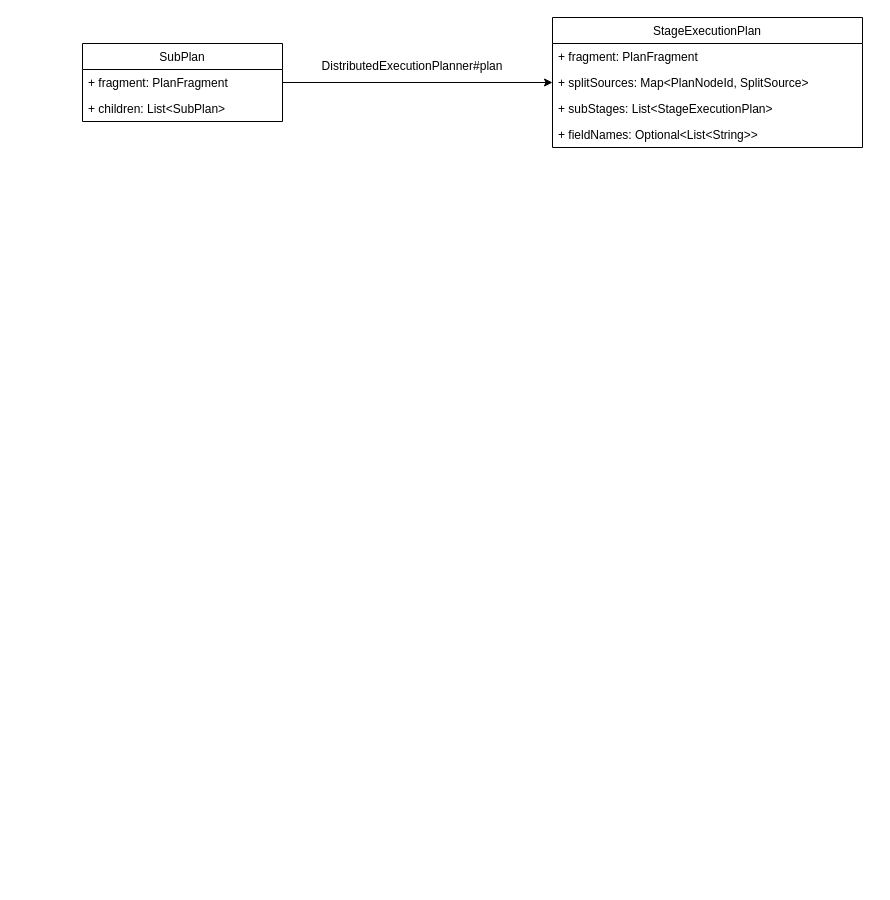
Earlier version of the draw.io diagram presto-scheduler.drawio (chuanjian666/drawio). Source tidied: cells renumbered, new cells numbered last; positions are measured from the earlier drawing's top-left corner, leaving out a move shared by most shapes. Both pictures are drawn from the tidied source at 100%, with x=0, y=0 at pixel (82, 17).
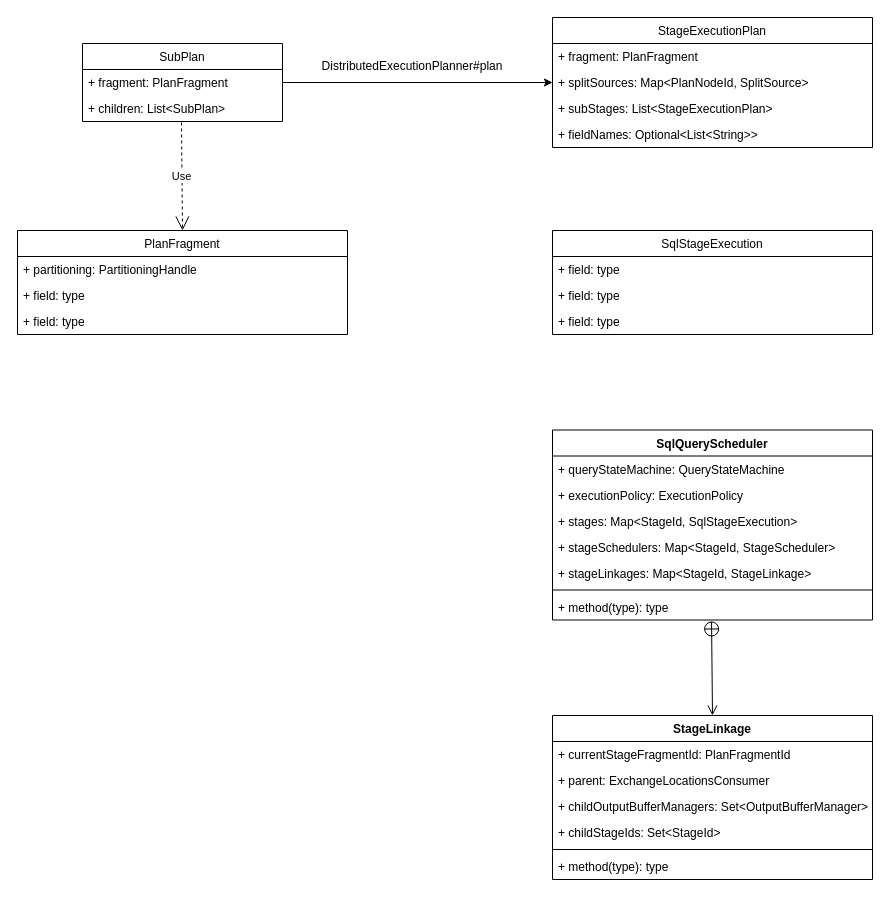
The same diagram, later.

Unchanged cells that the change refers to:
```xml
<mxCell id="4" value="+ children: List&lt;SubPlan&gt;" style="text;strokeColor=none;fillColor=none;align=left;verticalAlign=top;spacingLeft=4;spacingRight=4;overflow=hidden;points=[[0,0.5],[1,0.5]];portConstraint=eastwest;" parent="2" vertex="1">
  <mxGeometry y="52" width="200" height="26" as="geometry" />
</mxCell>
```

Change to the diagram source:
```diff
@@
     <mxCell id="5" value="StageExecutionPlan" style="swimlane;fontStyle=0;horizontal=1;startSize=26;fillColor=none;" parent="1" vertex="1">
-      <mxGeometry x="470" width="310" height="130" as="geometry" />
+      <mxGeometry x="470" width="320" height="130" as="geometry" />
     </mxCell>
     <mxCell id="6" value="+ fragment: PlanFragment&#10;" style="text;strokeColor=none;fillColor=none;align=left;verticalAlign=top;spacingLeft=4;spacingRight=4;overflow=hidden;" parent="5" vertex="1">
-      <mxGeometry y="26" width="310" height="26" as="geometry" />
+      <mxGeometry y="26" width="320" height="26" as="geometry" />
     </mxCell>
     <mxCell id="7" value="+ splitSources: Map&lt;PlanNodeId, SplitSource&gt;" style="text;strokeColor=none;fillColor=none;align=left;verticalAlign=top;spacingLeft=4;spacingRight=4;overflow=hidden;points=[[0,0.5],[1,0.5]];portConstraint=eastwest;" parent="5" vertex="1">
-      <mxGeometry y="52" width="310" height="26" as="geometry" />
+      <mxGeometry y="52" width="320" height="26" as="geometry" />
     </mxCell>
     <mxCell id="8" value="+ subStages: List&lt;StageExecutionPlan&gt;&#10;&#10;&#10;" style="text;strokeColor=none;fillColor=none;align=left;verticalAlign=top;spacingLeft=4;spacingRight=4;overflow=hidden;" parent="5" vertex="1">
-      <mxGeometry y="78" width="310" height="26" as="geometry" />
+      <mxGeometry y="78" width="320" height="26" as="geometry" />
     </mxCell>
     <mxCell id="9" value="+ fieldNames: Optional&lt;List&lt;String&gt;&gt;&#10;&#10;&#10;" style="text;strokeColor=none;fillColor=none;align=left;verticalAlign=top;spacingLeft=4;spacingRight=4;overflow=hidden;" parent="5" vertex="1">
-      <mxGeometry y="104" width="310" height="26" as="geometry" />
+      <mxGeometry y="104" width="320" height="26" as="geometry" />
     </mxCell>
@@
+    <mxCell id="12" value="PlanFragment" style="swimlane;fontStyle=0;horizontal=1;startSize=26;fillColor=none;" parent="1" vertex="1">
+      <mxGeometry x="-65" y="213" width="330" height="104" as="geometry" />
+    </mxCell>
+    <mxCell id="13" value="+ partitioning: PartitioningHandle" style="text;strokeColor=none;fillColor=none;align=left;verticalAlign=top;spacingLeft=4;spacingRight=4;overflow=hidden;" parent="12" vertex="1">
+      <mxGeometry y="26" width="330" height="26" as="geometry" />
+    </mxCell>
+    <mxCell id="14" value="+ field: type" style="text;strokeColor=none;fillColor=none;align=left;verticalAlign=top;spacingLeft=4;spacingRight=4;overflow=hidden;" parent="12" vertex="1">
+      <mxGeometry y="52" width="330" height="26" as="geometry" />
+    </mxCell>
+    <mxCell id="15" value="+ field: type" style="text;strokeColor=none;fillColor=none;align=left;verticalAlign=top;spacingLeft=4;spacingRight=4;overflow=hidden;" parent="12" vertex="1">
+      <mxGeometry y="78" width="330" height="26" as="geometry" />
+    </mxCell>
+    <mxCell id="16" value="Use" style="endArrow=open;endSize=12;dashed=1;html=1;entryX=0.5;entryY=0;entryDx=0;entryDy=0;exitX=0.495;exitY=1.038;exitDx=0;exitDy=0;exitPerimeter=0;" parent="1" edge="1" source="4" target="12">
+      <mxGeometry relative="1" as="geometry" />
+    </mxCell>
+    <mxCell id="17" value="SqlQueryScheduler" style="swimlane;fontStyle=1;align=center;verticalAlign=top;horizontal=1;startSize=26;" parent="1" vertex="1">
+      <mxGeometry x="470" y="412.5" width="320" height="190" as="geometry" />
+    </mxCell>
+    <mxCell id="18" value="+ queryStateMachine: QueryStateMachine&#10; " style="text;strokeColor=none;fillColor=none;align=left;verticalAlign=top;spacingLeft=4;spacingRight=4;overflow=hidden;" parent="17" vertex="1">
+      <mxGeometry y="26" width="320" height="26" as="geometry" />
+    </mxCell>
+    <mxCell id="19" value="+ executionPolicy: ExecutionPolicy&#10; " style="text;strokeColor=none;fillColor=none;align=left;verticalAlign=top;spacingLeft=4;spacingRight=4;overflow=hidden;" parent="17" vertex="1">
+      <mxGeometry y="52" width="320" height="26" as="geometry" />
+    </mxCell>
+    <mxCell id="20" value="+ stages: Map&lt;StageId, SqlStageExecution&gt;" style="text;strokeColor=none;fillColor=none;align=left;verticalAlign=top;spacingLeft=4;spacingRight=4;overflow=hidden;" parent="17" vertex="1">
+      <mxGeometry y="78" width="320" height="26" as="geometry" />
+    </mxCell>
+    <mxCell id="21" value="+ stageSchedulers: Map&lt;StageId, StageScheduler&gt;&#10; " style="text;strokeColor=none;fillColor=none;align=left;verticalAlign=top;spacingLeft=4;spacingRight=4;overflow=hidden;" parent="17" vertex="1">
+      <mxGeometry y="104" width="320" height="26" as="geometry" />
+    </mxCell>
+    <mxCell id="22" value="+ stageLinkages: Map&lt;StageId, StageLinkage&gt;&#10; " style="text;strokeColor=none;fillColor=none;align=left;verticalAlign=top;spacingLeft=4;spacingRight=4;overflow=hidden;" parent="17" vertex="1">
+      <mxGeometry y="130" width="320" height="26" as="geometry" />
+    </mxCell>
+    <mxCell id="23" style="line;strokeWidth=1;fillColor=none;align=left;verticalAlign=middle;spacingTop=-1;spacingLeft=3;spacingRight=3;labelPosition=right;" parent="17" vertex="1">
+      <mxGeometry y="156" width="320" height="8" as="geometry" />
+    </mxCell>
+    <mxCell id="24" value="+ method(type): type" style="text;strokeColor=none;fillColor=none;align=left;verticalAlign=top;spacingLeft=4;spacingRight=4;overflow=hidden;points=[[0,0.5],[1,0.5]];portConstraint=eastwest;" parent="17" vertex="1">
+      <mxGeometry y="164" width="320" height="26" as="geometry" />
+    </mxCell>
+    <mxCell id="25" value="SqlStageExecution" style="swimlane;fontStyle=0;horizontal=1;startSize=26;fillColor=none;" parent="1" vertex="1">
+      <mxGeometry x="470" y="213" width="320" height="104" as="geometry" />
+    </mxCell>
+    <mxCell id="26" value="+ field: type" style="text;strokeColor=none;fillColor=none;align=left;verticalAlign=top;spacingLeft=4;spacingRight=4;overflow=hidden;" parent="25" vertex="1">
+      <mxGeometry y="26" width="320" height="26" as="geometry" />
+    </mxCell>
+    <mxCell id="27" value="+ field: type" style="text;strokeColor=none;fillColor=none;align=left;verticalAlign=top;spacingLeft=4;spacingRight=4;overflow=hidden;" parent="25" vertex="1">
+      <mxGeometry y="52" width="320" height="26" as="geometry" />
+    </mxCell>
+    <mxCell id="28" value="+ field: type" style="text;strokeColor=none;fillColor=none;align=left;verticalAlign=top;spacingLeft=4;spacingRight=4;overflow=hidden;" parent="25" vertex="1">
+      <mxGeometry y="78" width="320" height="26" as="geometry" />
+    </mxCell>
+    <mxCell id="29" value="StageLinkage" style="swimlane;fontStyle=1;align=center;verticalAlign=top;horizontal=1;startSize=26;" parent="1" vertex="1">
+      <mxGeometry x="470" y="698" width="320" height="164" as="geometry" />
+    </mxCell>
+    <mxCell id="30" value="+ currentStageFragmentId: PlanFragmentId" style="text;strokeColor=none;fillColor=none;align=left;verticalAlign=top;spacingLeft=4;spacingRight=4;overflow=hidden;" parent="29" vertex="1">
+      <mxGeometry y="26" width="320" height="26" as="geometry" />
+    </mxCell>
+    <mxCell id="31" value="+ parent: ExchangeLocationsConsumer" style="text;strokeColor=none;fillColor=none;align=left;verticalAlign=top;spacingLeft=4;spacingRight=4;overflow=hidden;" parent="29" vertex="1">
+      <mxGeometry y="52" width="320" height="26" as="geometry" />
+    </mxCell>
+    <mxCell id="32" value="+ childOutputBufferManagers: Set&lt;OutputBufferManager&gt; " style="text;strokeColor=none;fillColor=none;align=left;verticalAlign=top;spacingLeft=4;spacingRight=4;overflow=hidden;" parent="29" vertex="1">
+      <mxGeometry y="78" width="320" height="26" as="geometry" />
+    </mxCell>
+    <mxCell id="33" value="+ childStageIds: Set&lt;StageId&gt; " style="text;strokeColor=none;fillColor=none;align=left;verticalAlign=top;spacingLeft=4;spacingRight=4;overflow=hidden;" parent="29" vertex="1">
+      <mxGeometry y="104" width="320" height="26" as="geometry" />
+    </mxCell>
+    <mxCell id="34" style="line;strokeWidth=1;fillColor=none;align=left;verticalAlign=middle;spacingTop=-1;spacingLeft=3;spacingRight=3;labelPosition=right;" parent="29" vertex="1">
+      <mxGeometry y="130" width="320" height="8" as="geometry" />
+    </mxCell>
+    <mxCell id="35" value="+ method(type): type" style="text;strokeColor=none;fillColor=none;align=left;verticalAlign=top;spacingLeft=4;spacingRight=4;overflow=hidden;" parent="29" vertex="1">
+      <mxGeometry y="138" width="320" height="26" as="geometry" />
+    </mxCell>
+    <mxCell id="36" style="endArrow=open;startArrow=circlePlus;endFill=0;startFill=0;endSize=8;html=1;entryX=0.5;entryY=0;entryDx=0;entryDy=0;exitX=0.497;exitY=1.038;exitDx=0;exitDy=0;exitPerimeter=0;" parent="1" edge="1" source="24" target="29">
+      <mxGeometry relative="1" as="geometry" />
+    </mxCell>
```
